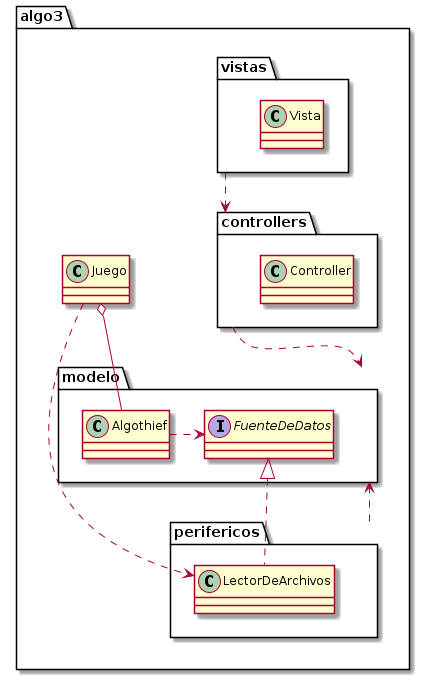
Before: diagrams/packages/paquete.png, a diagram exported from PlantUML (MegaRedHand/algo-thief).
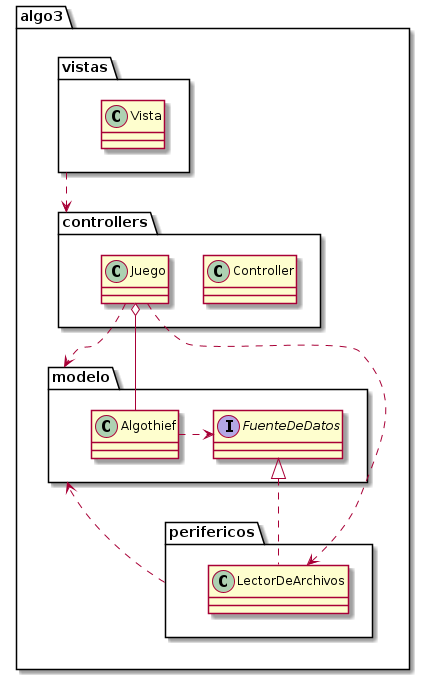
After the change.

Change to the diagram source:
```diff
@@ -10,6 +10,7 @@
 
     package controllers {
         class Controller
+        class Juego
     }
 
     package perifericos {
@@ -21,10 +22,9 @@
     }
 
     perifericos ..> modelo
-    controllers ..> modelo
+    Juego ..> modelo
     vistas ..> controllers
 
-    class Juego
 
     Juego o-- Algothief
     Juego ...> LectorDeArchivos
```
